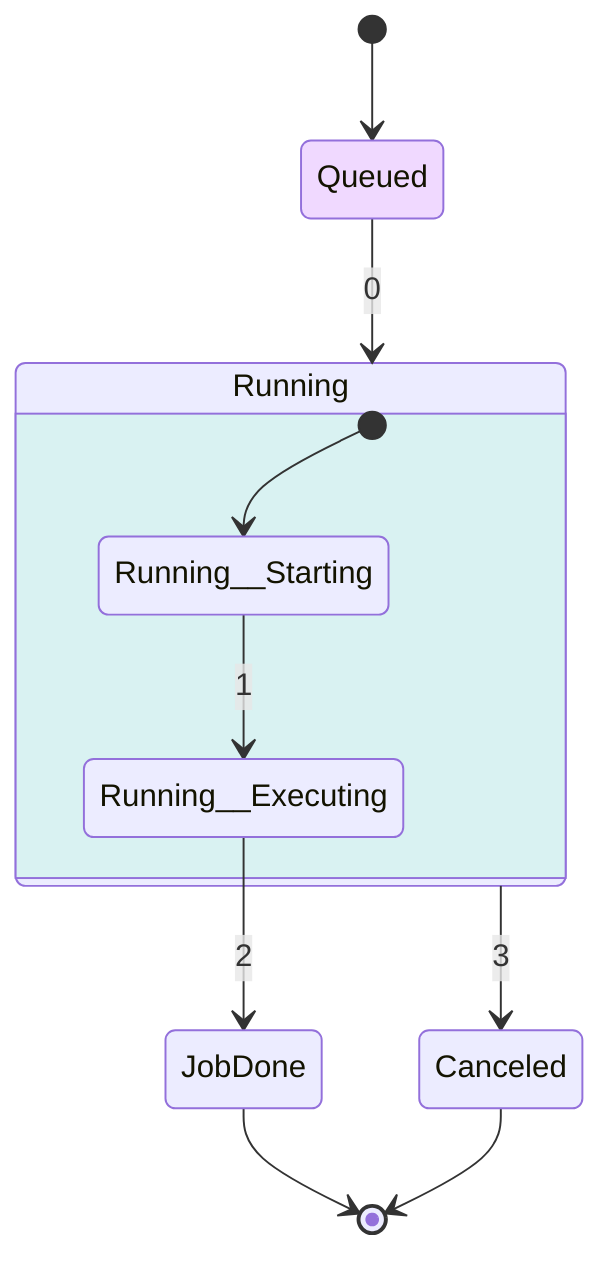
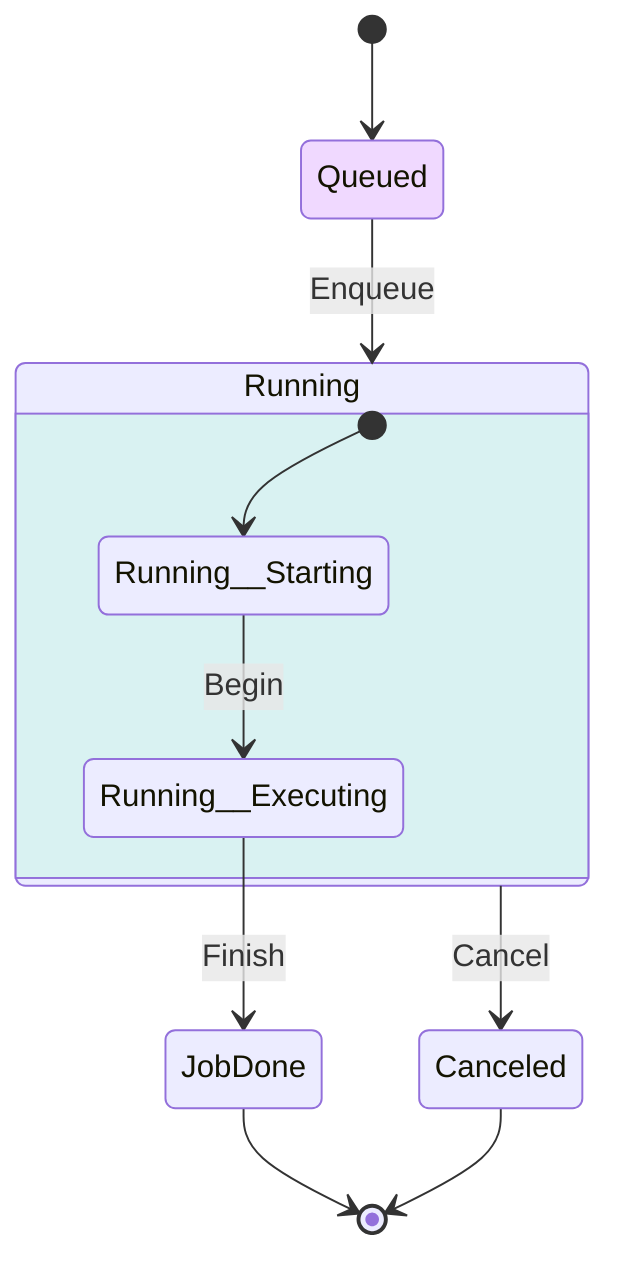
stateDiagram-v2
    [*] --> Queued
    state Running {
        [*] --> Running__Starting
        Running__Starting
        Running__Executing
-         Running__Starting --> Running__Executing: 1
+         Running__Starting --> Running__Executing: Begin
    }
    JobDone --> [*]
    Canceled --> [*]
-     Queued --> Running: 0
-     Running --> Canceled: 3
-     Running__Executing --> JobDone: 2
+     Queued --> Running: Enqueue
+     Running --> Canceled: Cancel
+     Running__Executing --> JobDone: Finish
    classDef owner_Scheduler fill:#f0d9ff
    classDef owner_Worker fill:#d9f2f2
    class Queued owner_Scheduler
    class Running owner_Worker
